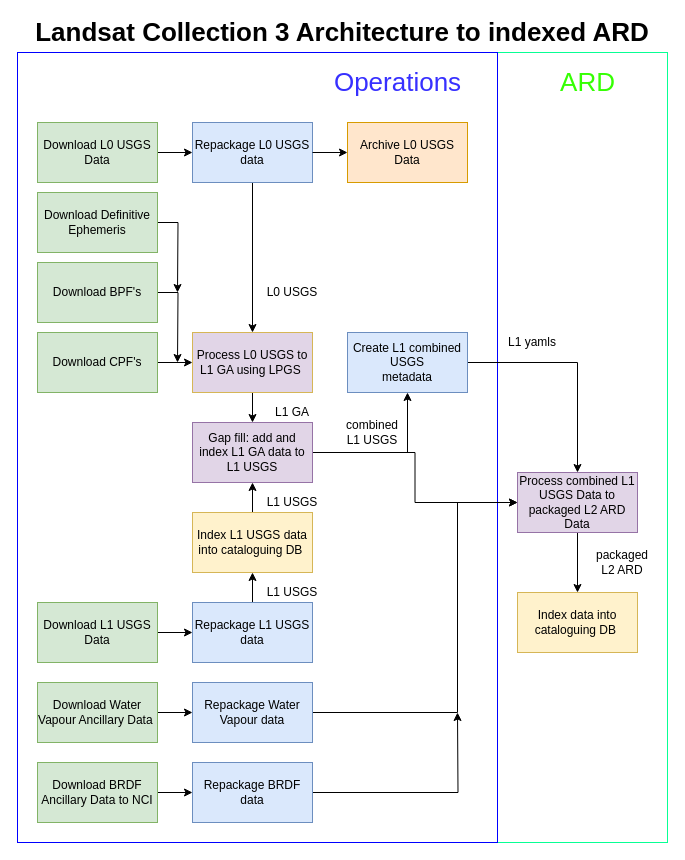
This is collection3/c3dataflow.drawio from dunkgray/dea-document-images, a draw.io file, before an edit. Source tidied: cells renumbered, new cells numbered last; positions are measured from the earlier drawing's top-left corner, leaving out a move shared by most shapes. Both pictures are drawn from the tidied source at 100%, with x=0, y=0 at pixel (17, 22).
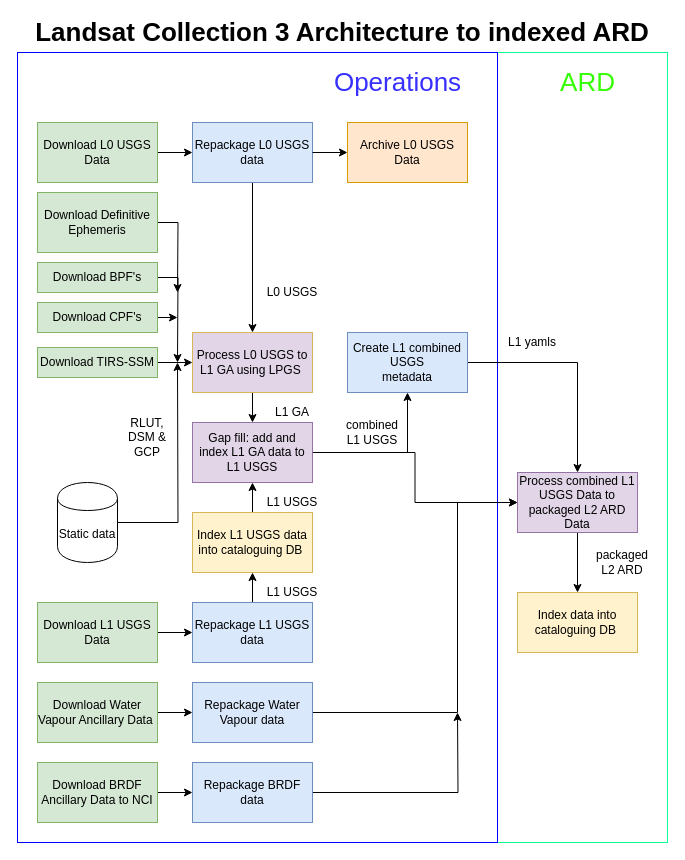
Above is the later version.

Commit message (it also covers changes not shown here):
adding more downloads and static data

The change refers to these unchanged cells:
```xml
<mxCell id="25" value="&lt;span id=&quot;docs-internal-guid-3314e49b-7fff-0ffe-2a96-ce71aa8f381f&quot;&gt;&lt;span style=&quot;background-color: transparent ; vertical-align: baseline&quot;&gt;&lt;font style=&quot;font-size: 12px&quot;&gt;Process L0 USGS to L1 GA using LPGS&amp;nbsp;&lt;/font&gt;&lt;/span&gt;&lt;/span&gt;" style="rounded=0;whiteSpace=wrap;html=1;fillColor=#e1d5e7;strokeColor=#d6b656;" parent="1" vertex="1">
  <mxGeometry x="175" y="310" width="120" height="60" as="geometry" />
</mxCell>
```

The edit, as a diff of the source:
```diff
@@
     <mxCell id="38" value="Download BPF's" style="rounded=0;whiteSpace=wrap;html=1;fillColor=#d5e8d4;strokeColor=#82b366;" parent="1" vertex="1">
-      <mxGeometry x="20" y="240" width="120" height="60" as="geometry" />
+      <mxGeometry x="20" y="240" width="120" height="30" as="geometry" />
     </mxCell>
@@
-    <mxCell id="41" style="edgeStyle=orthogonalEdgeStyle;rounded=0;jettySize=auto;html=1;" parent="1" edge="1" source="42" target="25">
-      <mxGeometry relative="1" as="geometry" />
-    </mxCell>
+    <mxCell id="50" style="edgeStyle=orthogonalEdgeStyle;rounded=0;jettySize=auto;html=1;" parent="1" edge="1" source="42">
+      <mxGeometry relative="1" as="geometry">
+        <mxPoint x="160" y="295" as="targetPoint" />
+      </mxGeometry>
+    </mxCell>
     <mxCell id="42" value="Download CPF's" style="rounded=0;whiteSpace=wrap;html=1;fillColor=#d5e8d4;strokeColor=#82b366;" parent="1" vertex="1">
-      <mxGeometry x="20" y="310" width="120" height="60" as="geometry" />
+      <mxGeometry x="20" y="280" width="120" height="30" as="geometry" />
     </mxCell>
@@
+    <mxCell id="51" style="edgeStyle=orthogonalEdgeStyle;rounded=0;jettySize=auto;html=1;" parent="1" edge="1" source="52" target="25">
+      <mxGeometry relative="1" as="geometry" />
+    </mxCell>
+    <mxCell id="52" value="Download TIRS-SSM" style="rounded=0;whiteSpace=wrap;html=1;fillColor=#d5e8d4;strokeColor=#82b366;" parent="1" vertex="1">
+      <mxGeometry x="20" y="325" width="120" height="30" as="geometry" />
+    </mxCell>
+    <mxCell id="53" style="edgeStyle=orthogonalEdgeStyle;rounded=0;jettySize=auto;html=1;" parent="1" edge="1" source="54">
+      <mxGeometry relative="1" as="geometry">
+        <mxPoint x="160" y="340" as="targetPoint" />
+      </mxGeometry>
+    </mxCell>
+    <mxCell id="54" value="Static data&lt;br&gt;" style="shape=cylinder;whiteSpace=wrap;html=1;boundedLbl=1;backgroundOutline=1;" parent="1" vertex="1">
+      <mxGeometry x="40" y="460" width="60" height="80" as="geometry" />
+    </mxCell>
+    <mxCell id="55" value="RLUT,&lt;br&gt;DSM &amp;amp; GCP" style="text;html=1;strokeColor=none;fillColor=none;align=center;verticalAlign=middle;whiteSpace=wrap;rounded=0;" parent="1" vertex="1">
+      <mxGeometry x="100" y="390" width="60" height="50" as="geometry" />
+    </mxCell>
```
